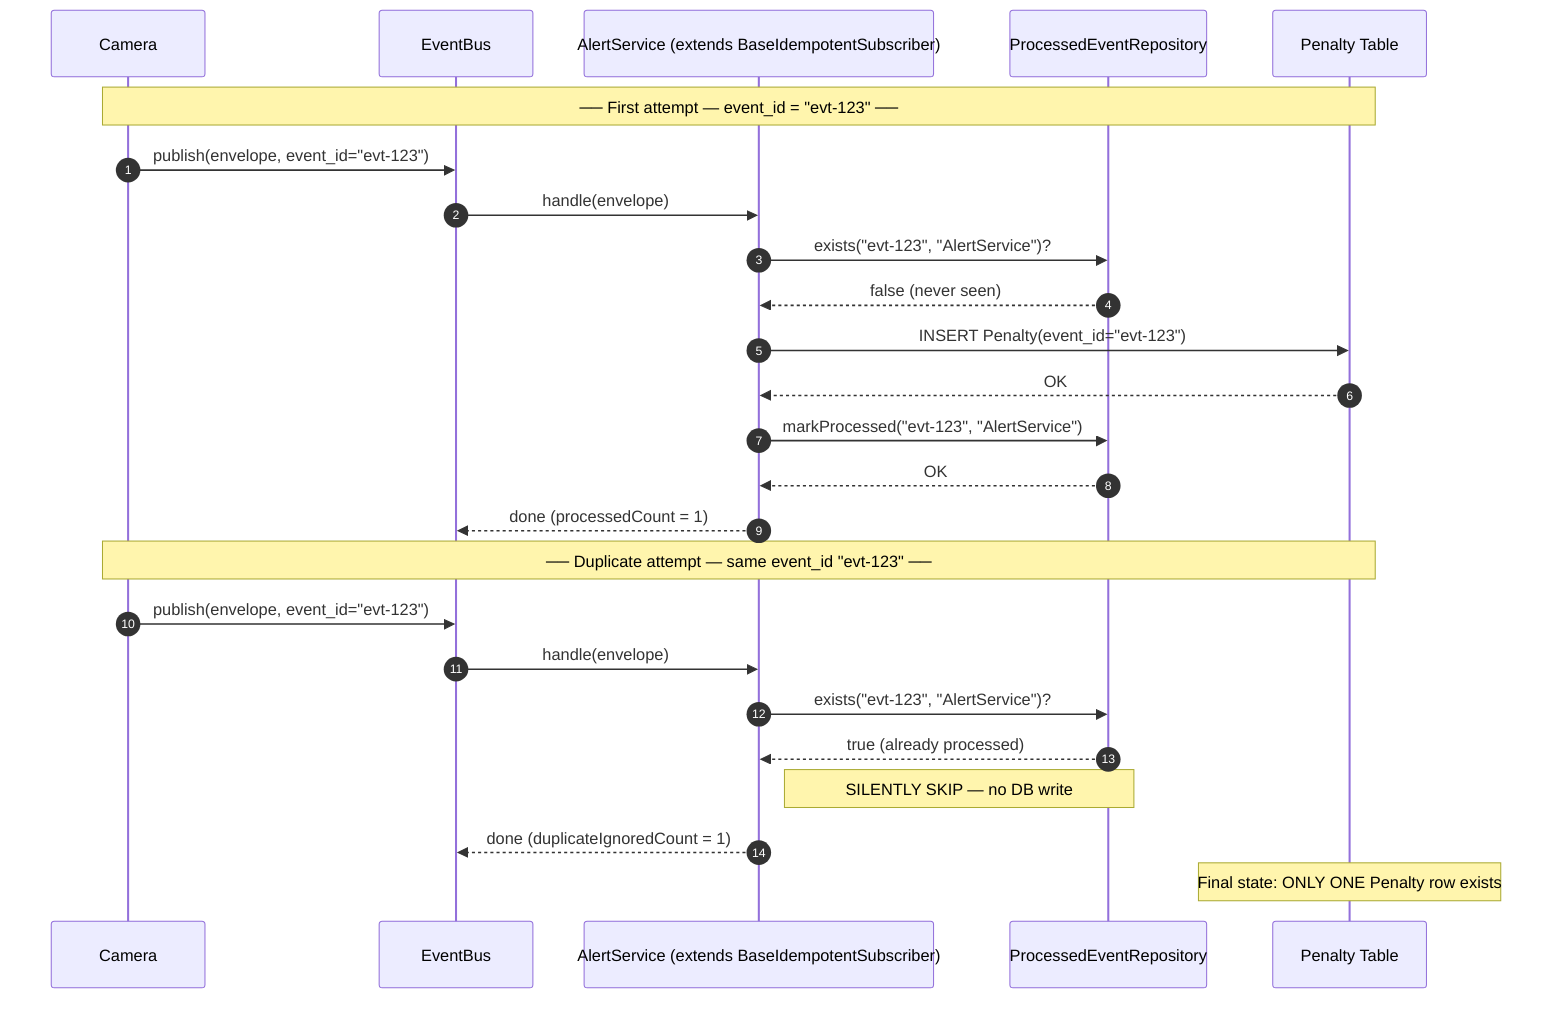
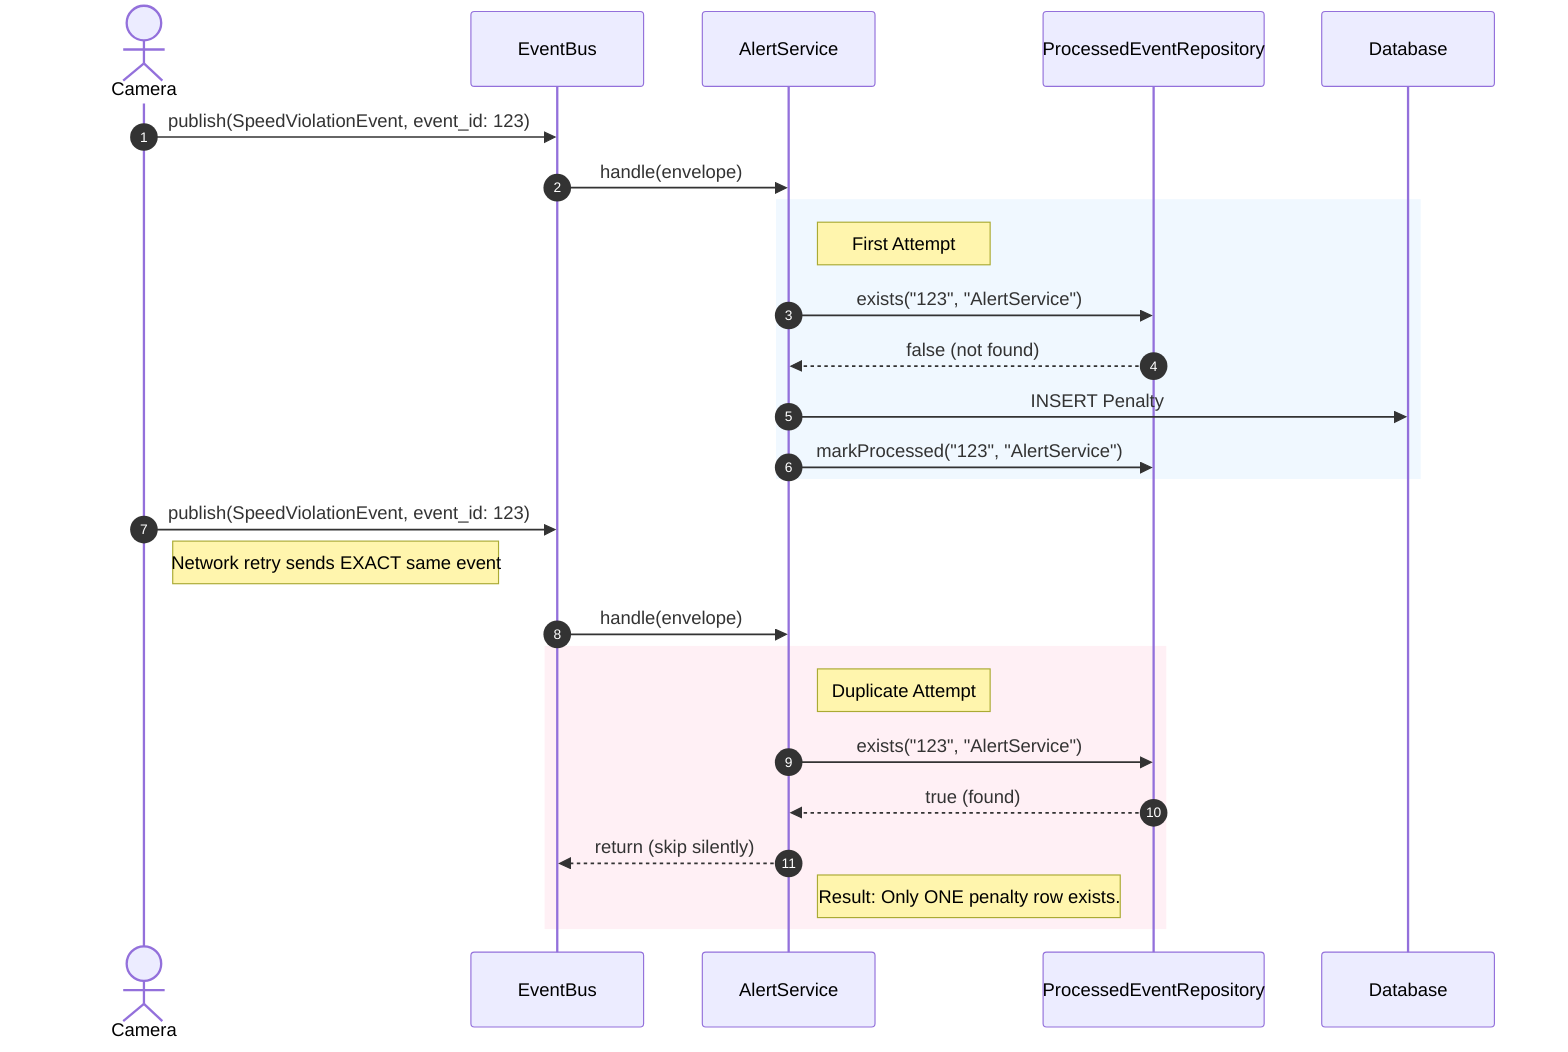
sequenceDiagram
    autonumber
-     participant Camera
-     participant Bus as EventBus
-     participant Alert as AlertService (extends BaseIdempotentSubscriber)
-     participant Repo as ProcessedEventRepository
-     participant DB as Penalty Table
+     actor Camera
+     participant EventBus
+     participant AlertService
+     participant ProcessedEventRepository
+     participant Database

-     Note over Camera,DB: ── First attempt — event_id = "evt-123" ──
-     Camera->>Bus: publish(envelope, event_id="evt-123")
-     Bus->>Alert: handle(envelope)
-     Alert->>Repo: exists("evt-123", "AlertService")?
-     Repo-->>Alert: false (never seen)
-     Alert->>DB: INSERT Penalty(event_id="evt-123")
-     DB-->>Alert: OK
-     Alert->>Repo: markProcessed("evt-123", "AlertService")
-     Repo-->>Alert: OK
-     Alert-->>Bus: done (processedCount = 1)
+     Camera->>EventBus: publish(SpeedViolationEvent, event_id: 123)
+     EventBus->>AlertService: handle(envelope)

-     Note over Camera,DB: ── Duplicate attempt — same event_id "evt-123" ──
-     Camera->>Bus: publish(envelope, event_id="evt-123")
-     Bus->>Alert: handle(envelope)
-     Alert->>Repo: exists("evt-123", "AlertService")?
-     Repo-->>Alert: true (already processed)
-     Note right of Alert: SILENTLY SKIP — no DB write
-     Alert-->>Bus: done (duplicateIgnoredCount = 1)
+     rect rgb(240, 248, 255)
+         note right of AlertService: First Attempt
+         AlertService->>ProcessedEventRepository: exists("123", "AlertService")
+         ProcessedEventRepository-->>AlertService: false (not found)
+         AlertService->>Database: INSERT Penalty
+         AlertService->>ProcessedEventRepository: markProcessed("123", "AlertService")
+     end

-     Note over DB: Final state: ONLY ONE Penalty row exists+     Camera->>EventBus: publish(SpeedViolationEvent, event_id: 123)
+     note right of Camera: Network retry sends EXACT same event
+     EventBus->>AlertService: handle(envelope)
+ 
+     rect rgb(255, 240, 245)
+         note right of AlertService: Duplicate Attempt
+         AlertService->>ProcessedEventRepository: exists("123", "AlertService")
+         ProcessedEventRepository-->>AlertService: true (found)
+         AlertService-->>EventBus: return (skip silently)
+         note right of AlertService: Result: Only ONE penalty row exists.
+     end